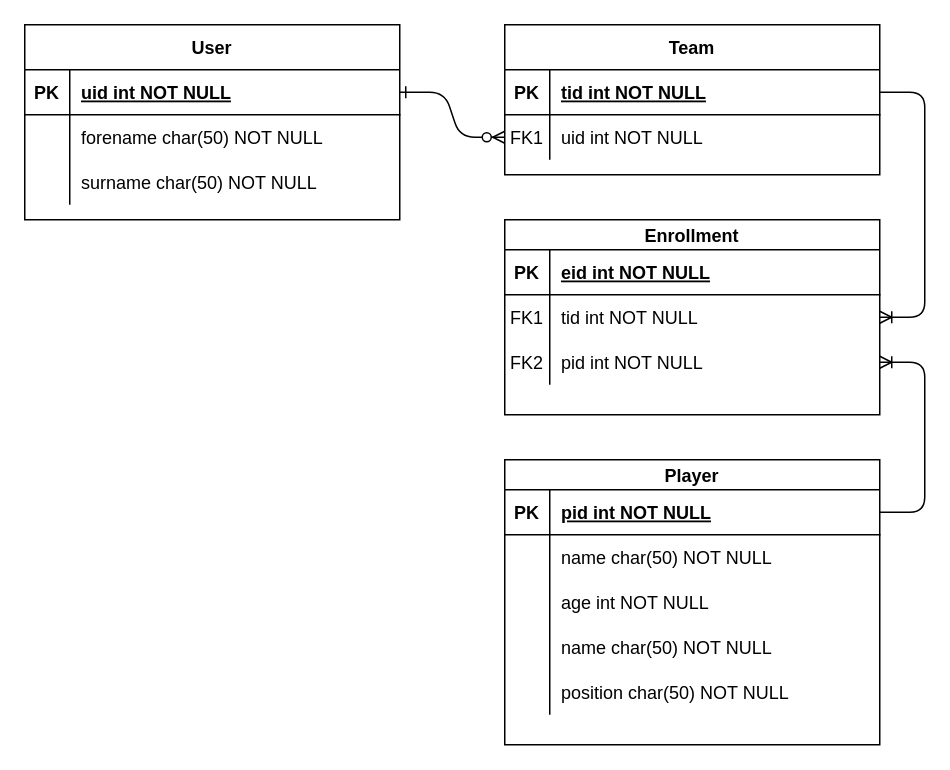
Above: ERD.drawio in Nathan2820/FundamentalProject (draw.io), before the change. Source tidied: cells renumbered, new cells numbered last; positions are measured from the earlier drawing's top-left corner, leaving out a move shared by most shapes. Both pictures are drawn from the tidied source at 150%, with x=0, y=0 at pixel (24, 24).
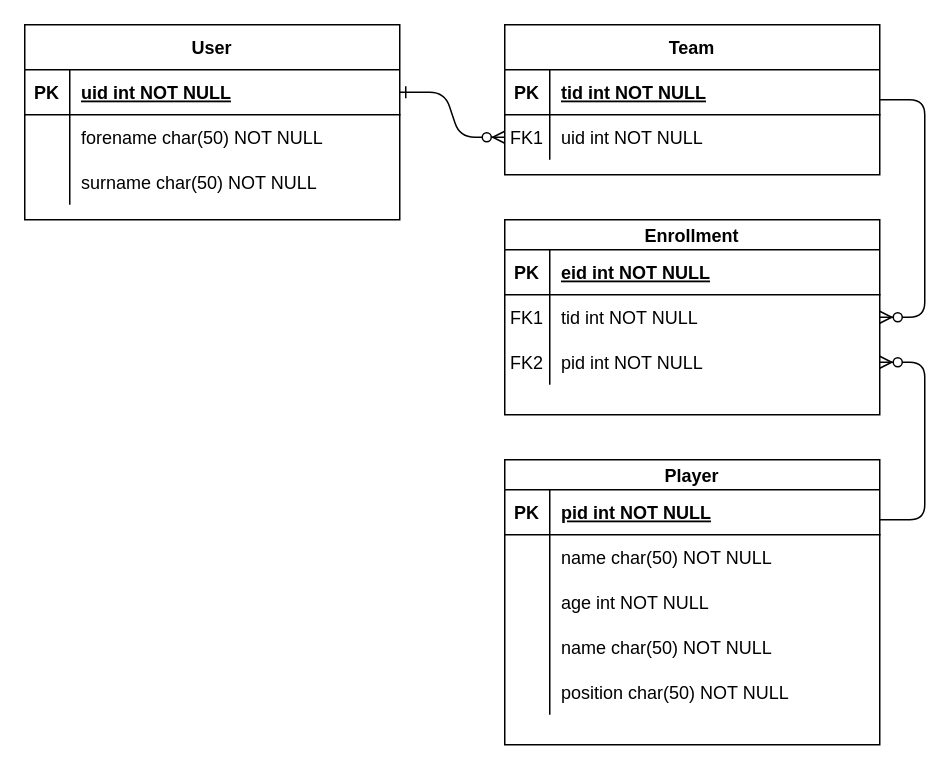
The same page after the edit.

The change refers to these unchanged cells:
```xml
<mxCell id="4" style="shape=partialRectangle;fillColor=none;points=[[0,0.5],[1,0.5]];portConstraint=eastwest;top=0;left=0;right=0;bottom=1;" parent="3" vertex="1">
  <mxGeometry y="30" width="250" height="30" as="geometry" />
</mxCell>
<mxCell id="26" style="shape=partialRectangle;fillColor=none;points=[[0,0.5],[1,0.5]];portConstraint=eastwest;top=0;left=0;right=0;bottom=0;" parent="22" vertex="1">
  <mxGeometry y="50" width="250" height="30" as="geometry" />
</mxCell>
<mxCell id="29" style="shape=partialRectangle;fillColor=none;points=[[0,0.5],[1,0.5]];portConstraint=eastwest;top=0;left=0;right=0;bottom=0;" parent="22" vertex="1">
  <mxGeometry y="80" width="250" height="30" as="geometry" />
</mxCell>
<mxCell id="33" style="shape=partialRectangle;fillColor=none;points=[[0,0.5],[1,0.5]];portConstraint=eastwest;top=0;left=0;right=0;bottom=1;" parent="32" vertex="1">
  <mxGeometry y="20" width="250" height="30" as="geometry" />
</mxCell>
```

The edit, as a diff of the source:
```diff
@@
-    <mxCell id="10" style="edgeStyle=entityRelationEdgeStyle;fontSize=12;html=1;endArrow=ERoneToMany;exitX=1;exitY=0.5;exitDx=0;exitDy=0;" parent="1" edge="1" source="4" target="26">
-      <mxGeometry relative="1" as="geometry" />
-    </mxCell>
-    <mxCell id="11" style="edgeStyle=entityRelationEdgeStyle;fontSize=12;html=1;endArrow=ERoneToMany;exitX=1;exitY=0.5;exitDx=0;exitDy=0;" parent="1" edge="1" source="33" target="29">
-      <mxGeometry relative="1" as="geometry" />
-    </mxCell>
@@
+    <mxCell id="48" style="edgeStyle=entityRelationEdgeStyle;fontSize=12;html=1;endArrow=ERzeroToMany;endFill=1;" parent="1" edge="1" target="26">
+      <mxGeometry relative="1" as="geometry">
+        <mxPoint x="570" y="50" as="sourcePoint" />
+      </mxGeometry>
+    </mxCell>
+    <mxCell id="49" style="edgeStyle=entityRelationEdgeStyle;fontSize=12;html=1;endArrow=ERzeroToMany;endFill=1;" parent="1" edge="1" target="29">
+      <mxGeometry relative="1" as="geometry">
+        <mxPoint x="570" y="330" as="sourcePoint" />
+      </mxGeometry>
+    </mxCell>
```
